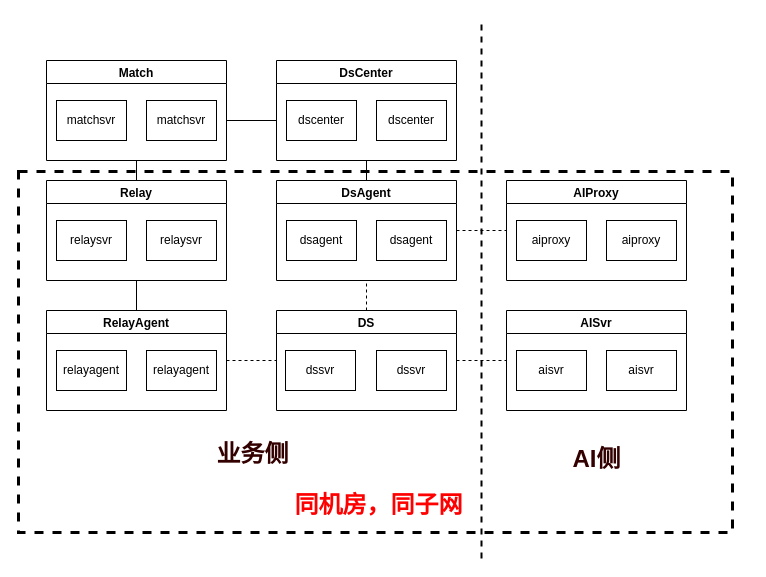
This is page "AOV AI" (2 of 7) of NISHIKI架构.drawio from Memoryss/NISHIKI, a draw.io file, before an edit. Source tidied: cells renumbered, new cells numbered last; positions are measured from the earlier drawing's top-left corner, leaving out a move shared by most shapes. Both pictures are drawn from the tidied source at 100%, with x=0, y=0 at pixel (18, 18).
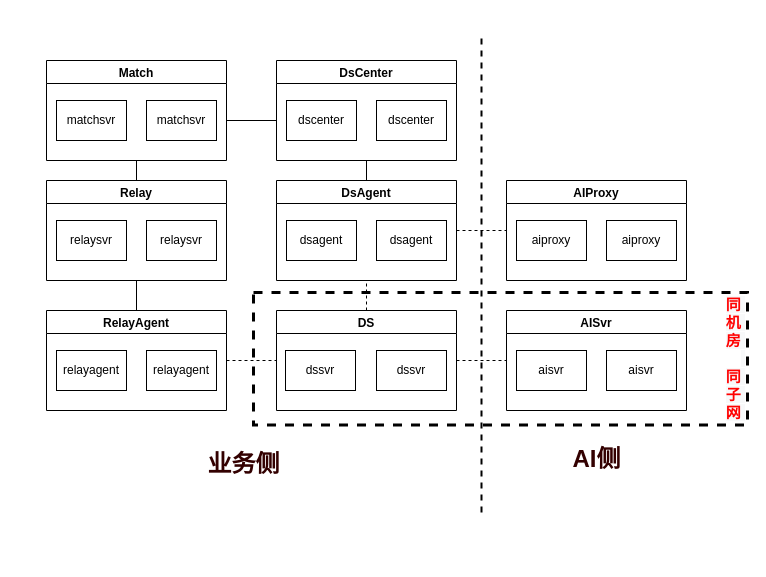
The same page after the edit.

What changed in the source:
```diff
@@
     <mxCell id="34" value="&lt;b&gt;&lt;font style=&quot;font-size: 24px&quot; color=&quot;#330000&quot;&gt;业务侧&lt;/font&gt;&lt;/b&gt;" style="text;html=1;align=center;verticalAlign=middle;strokeColor=none;fillColor=none;fontSize=18;fontColor=#FF0000;" parent="1" vertex="1">
-      <mxGeometry x="189" y="421" width="90" height="30" as="geometry" />
+      <mxGeometry x="180" y="431" width="90" height="30" as="geometry" />
     </mxCell>
@@
     <mxCell id="36" style="endArrow=none;dashed=1;html=1;rounded=0;fontSize=18;fontColor=#FF0000;strokeWidth=2;" parent="1" edge="1">
       <mxGeometry relative="1" as="geometry">
-        <mxPoint x="463" y="540" as="sourcePoint" />
-        <mxPoint x="463" as="targetPoint" />
+        <mxPoint x="463" y="494" as="sourcePoint" />
+        <mxPoint x="463" y="17" as="targetPoint" />
       </mxGeometry>
     </mxCell>
-    <mxCell id="37" style="rounded=0;whiteSpace=wrap;html=1;dashed=1;strokeWidth=3;fillColor=none;" parent="1" vertex="1">
-      <mxGeometry y="153" width="714" height="361" as="geometry" />
+    <mxCell id="37" value="&lt;font style=&quot;font-size: 15px&quot;&gt;&lt;b style=&quot;color: rgb(255 , 0 , 0) ; font-family: &amp;#34;helvetica&amp;#34; ; font-style: normal ; letter-spacing: normal ; text-indent: 0px ; text-transform: none ; word-spacing: 0px ; background-color: rgb(248 , 249 , 250)&quot;&gt;同&amp;nbsp;&lt;br&gt;机&amp;nbsp;&lt;br&gt;房&amp;nbsp;&lt;br&gt;&amp;nbsp;&lt;br&gt;同&amp;nbsp;&lt;br&gt;子&amp;nbsp;&lt;br&gt;网&amp;nbsp;&lt;/b&gt;&lt;br&gt;&lt;/font&gt;" style="rounded=0;whiteSpace=wrap;html=1;dashed=1;strokeWidth=3;fillColor=none;align=right;verticalAlign=middle;textDirection=ltr;labelPosition=center;verticalLabelPosition=middle;" parent="1" vertex="1">
+      <mxGeometry x="235" y="274" width="494" height="132.5" as="geometry" />
     </mxCell>
-    <mxCell id="38" value="&lt;font style=&quot;font-size: 24px&quot; color=&quot;#ff0000&quot;&gt;&lt;b&gt;同机房，同子网&lt;/b&gt;&lt;/font&gt;" style="text;html=1;align=center;verticalAlign=middle;strokeColor=none;fillColor=none;" parent="1" vertex="1">
-      <mxGeometry x="270" y="477" width="180" height="20" as="geometry" />
-    </mxCell>
```
